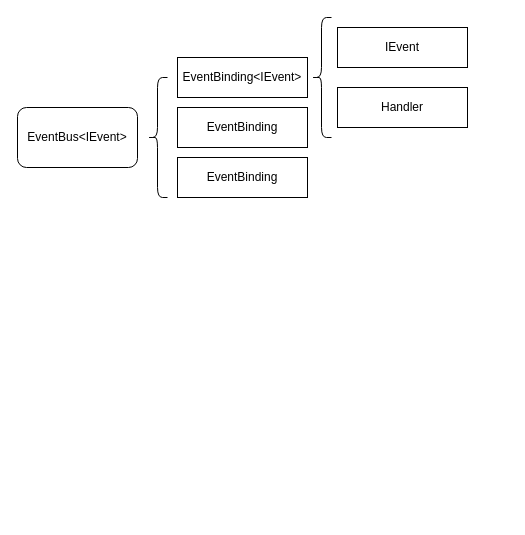
This is diagrams/EventBus.drawio from LongLostPenPal/Assets, a draw.io file, before an edit. Source tidied: cells renumbered, new cells numbered last; positions are measured from the earlier drawing's top-left corner, leaving out a move shared by most shapes. Both pictures are drawn from the tidied source at 100%, with x=0, y=0 at pixel (17, 17).
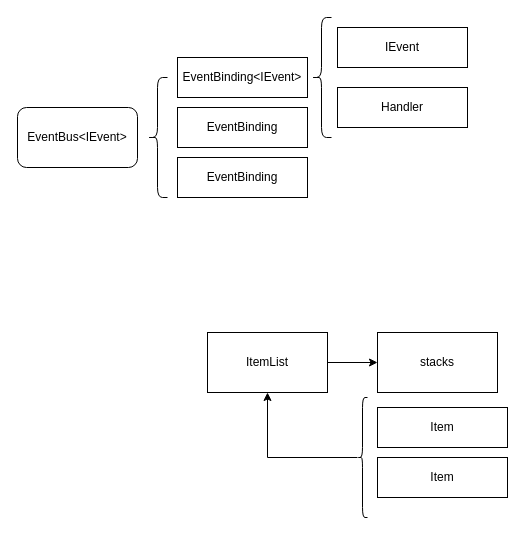
Above is the later version.

Change to the diagram source:
```diff
@@
 <mxGraphModel>
   <root>
     <mxCell id="0" />
     <mxCell id="1" parent="0" />
     <mxCell id="2" value="EventBus&amp;lt;IEvent&amp;gt;" style="rounded=1;whiteSpace=wrap;html=1;" parent="1" vertex="1">
       <mxGeometry y="90" width="120" height="60" as="geometry" />
     </mxCell>
     <mxCell id="3" style="shape=curlyBracket;whiteSpace=wrap;html=1;rounded=1;labelPosition=left;verticalLabelPosition=middle;align=right;verticalAlign=middle;" parent="1" vertex="1">
       <mxGeometry x="130" y="60" width="20" height="120" as="geometry" />
     </mxCell>
     <mxCell id="4" value="EventBinding&amp;lt;IEvent&amp;gt;" style="rounded=0;whiteSpace=wrap;html=1;" parent="1" vertex="1">
       <mxGeometry x="160" y="40" width="130" height="40" as="geometry" />
     </mxCell>
     <mxCell id="5" value="EventBinding" style="rounded=0;whiteSpace=wrap;html=1;" parent="1" vertex="1">
       <mxGeometry x="160" y="90" width="130" height="40" as="geometry" />
     </mxCell>
     <mxCell id="6" value="EventBinding" style="rounded=0;whiteSpace=wrap;html=1;" parent="1" vertex="1">
       <mxGeometry x="160" y="140" width="130" height="40" as="geometry" />
     </mxCell>
     <mxCell id="7" style="shape=curlyBracket;whiteSpace=wrap;html=1;rounded=1;labelPosition=left;verticalLabelPosition=middle;align=right;verticalAlign=middle;" parent="1" vertex="1">
       <mxGeometry x="294" width="20" height="120" as="geometry" />
     </mxCell>
     <mxCell id="8" value="IEvent" style="rounded=0;whiteSpace=wrap;html=1;" parent="1" vertex="1">
       <mxGeometry x="320" y="10" width="130" height="40" as="geometry" />
     </mxCell>
     <mxCell id="9" value="&lt;div&gt;Handler&lt;/div&gt;" style="rounded=0;whiteSpace=wrap;html=1;" parent="1" vertex="1">
       <mxGeometry x="320" y="70" width="130" height="40" as="geometry" />
     </mxCell>
+    <mxCell id="10" style="edgeStyle=orthogonalEdgeStyle;rounded=0;jettySize=auto;html=1;" parent="1" edge="1" source="11" target="12">
+      <mxGeometry relative="1" as="geometry" />
+    </mxCell>
+    <mxCell id="11" value="ItemList" style="rounded=0;whiteSpace=wrap;html=1;" parent="1" vertex="1">
+      <mxGeometry x="190" y="315" width="120" height="60" as="geometry" />
+    </mxCell>
+    <mxCell id="12" value="stacks" style="rounded=0;whiteSpace=wrap;html=1;" parent="1" vertex="1">
+      <mxGeometry x="360" y="315" width="120" height="60" as="geometry" />
+    </mxCell>
+    <mxCell id="13" style="edgeStyle=orthogonalEdgeStyle;rounded=0;jettySize=auto;html=1;" parent="1" edge="1" source="14" target="11">
+      <mxGeometry relative="1" as="geometry" />
+    </mxCell>
+    <mxCell id="14" style="shape=curlyBracket;whiteSpace=wrap;html=1;rounded=1;labelPosition=left;verticalLabelPosition=middle;align=right;verticalAlign=middle;" parent="1" vertex="1">
+      <mxGeometry x="340" y="380" width="10" height="120" as="geometry" />
+    </mxCell>
+    <mxCell id="15" value="&lt;div&gt;Item&lt;/div&gt;" style="rounded=0;whiteSpace=wrap;html=1;" parent="1" vertex="1">
+      <mxGeometry x="360" y="390" width="130" height="40" as="geometry" />
+    </mxCell>
+    <mxCell id="16" value="&lt;div&gt;Item&lt;/div&gt;" style="rounded=0;whiteSpace=wrap;html=1;" parent="1" vertex="1">
+      <mxGeometry x="360" y="440" width="130" height="40" as="geometry" />
+    </mxCell>
   </root>
 </mxGraphModel>
```
